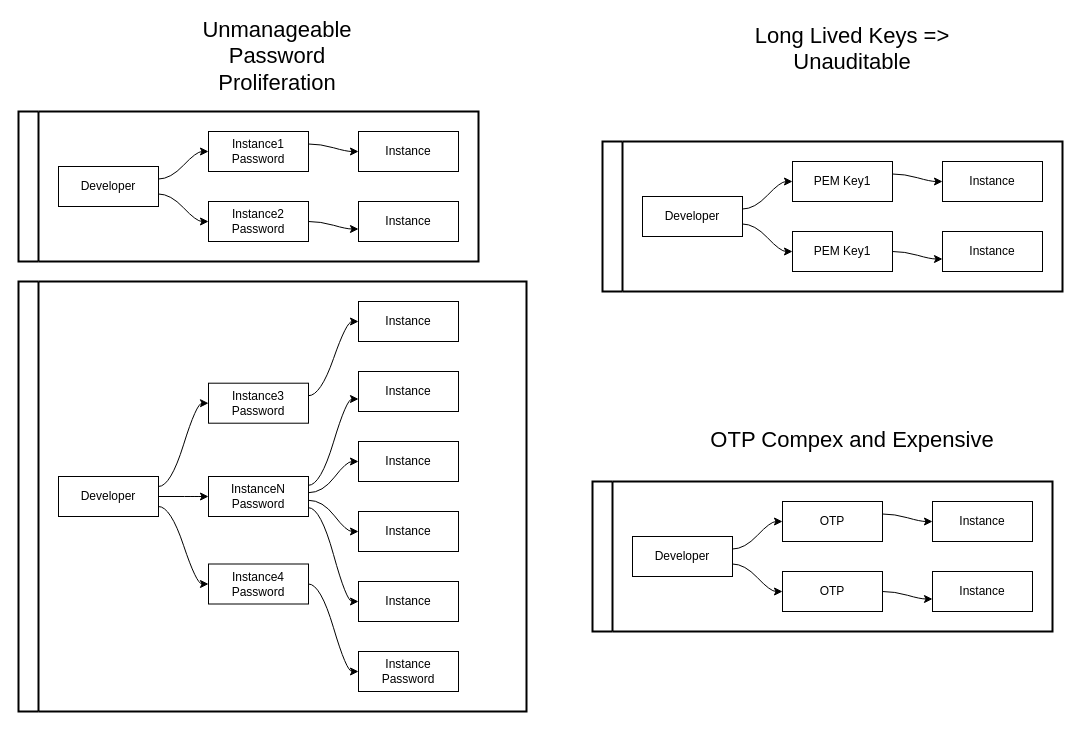
Earlier version of the draw.io diagram Untitled Diagram.drawio (biofool/vault-ssh-helper). Source tidied: cells renumbered, new cells numbered last; positions are measured from the earlier drawing's top-left corner, leaving out a move shared by most shapes. Both pictures are drawn from the tidied source at 100%, with x=0, y=0 at pixel (18, 31).
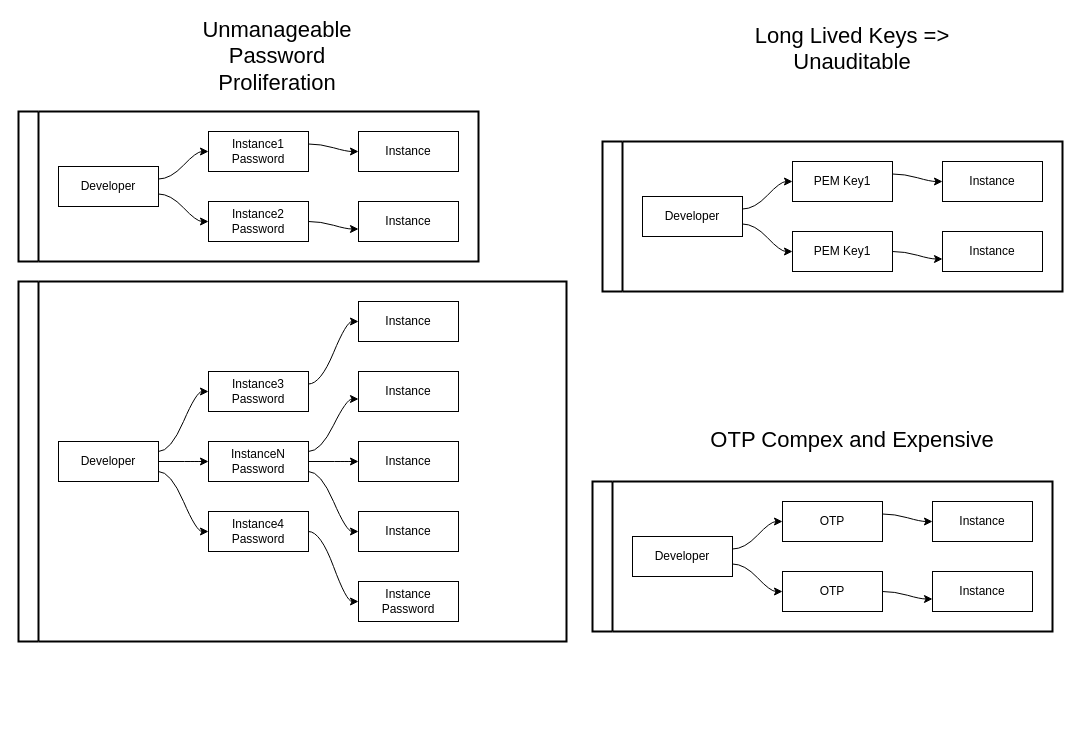
The same diagram, later.

Unchanged cells that the change refers to:
```xml
<mxCell id="19" value="Instance" style="whiteSpace=wrap;html=1;" parent="13" vertex="1">
  <mxGeometry x="340" y="90" width="100" height="40" as="geometry" />
</mxCell>
<mxCell id="22" value="Instance" style="whiteSpace=wrap;html=1;" parent="13" vertex="1">
  <mxGeometry x="340" y="20" width="100" height="40" as="geometry" />
</mxCell>
<mxCell id="30" value="Instance" style="whiteSpace=wrap;html=1;" parent="13" vertex="1">
  <mxGeometry x="340" y="160" width="100" height="40" as="geometry" />
</mxCell>
<mxCell id="32" value="Instance" style="whiteSpace=wrap;html=1;" parent="13" vertex="1">
  <mxGeometry x="340" y="230" width="100" height="40" as="geometry" />
</mxCell>
```

Diff of the diagram source:
```diff
@@
     <mxCell id="13" style="swimlane;html=1;startSize=20;horizontal=0;flowOrientation=west;interRankCellSpacing=50;containerType=tree;strokeColor=#000000;strokeWidth=2;" parent="1" vertex="1">
-      <mxGeometry y="250" width="508" height="430" as="geometry" />
+      <mxGeometry y="250" width="548" height="360" as="geometry" />
     </mxCell>
     <mxCell id="14" value="Developer" style="whiteSpace=wrap;html=1;" parent="13" vertex="1">
-      <mxGeometry x="40" y="195" width="100" height="40" as="geometry" />
+      <mxGeometry x="40" y="160" width="100" height="40" as="geometry" />
     </mxCell>
     <mxCell id="15" value="&lt;div&gt;Instance3&lt;/div&gt;Password" style="whiteSpace=wrap;html=1;" parent="13" vertex="1">
-      <mxGeometry x="190" y="101.7" width="100" height="40" as="geometry" />
+      <mxGeometry x="190" y="90" width="100" height="40" as="geometry" />
     </mxCell>
     <mxCell id="16" style="html=1;curved=1;noEdgeStyle=1;orthogonal=1;" parent="13" edge="1" source="14" target="15">
       <mxGeometry relative="1" as="geometry">
         <Array as="points">
-          <mxPoint x="152" y="205" />
-          <mxPoint x="178" y="121.7" />
+          <mxPoint x="152" y="170" />
+          <mxPoint x="178" y="110" />
         </Array>
       </mxGeometry>
     </mxCell>
     <mxCell id="17" value="&lt;div&gt;InstanceN&lt;/div&gt;Password" style="whiteSpace=wrap;html=1;" parent="13" vertex="1">
-      <mxGeometry x="190" y="195" width="100" height="40" as="geometry" />
+      <mxGeometry x="190" y="160" width="100" height="40" as="geometry" />
     </mxCell>
     <mxCell id="18" style="html=1;curved=1;noEdgeStyle=1;orthogonal=1;" parent="13" edge="1" source="14" target="17">
       <mxGeometry relative="1" as="geometry">
         <Array as="points">
-          <mxPoint x="154" y="215" />
-          <mxPoint x="178" y="215" />
+          <mxPoint x="154" y="180" />
+          <mxPoint x="178" y="180" />
         </Array>
       </mxGeometry>
     </mxCell>
@@
     <mxCell id="20" style="html=1;curved=1;noEdgeStyle=1;orthogonal=1;strokeColor=none;" parent="13" edge="1" source="15" target="19">
       <mxGeometry relative="1" as="geometry">
         <Array as="points">
-          <mxPoint x="302" y="129.2" />
+          <mxPoint x="302" y="117.5" />
           <mxPoint x="328" y="102.5" />
         </Array>
       </mxGeometry>
     </mxCell>
     <mxCell id="21" style="html=1;curved=1;noEdgeStyle=1;orthogonal=1;" parent="13" edge="1" source="17" target="19">
       <mxGeometry relative="1" as="geometry">
         <Array as="points">
-          <mxPoint x="302" y="203.8" />
+          <mxPoint x="302" y="170" />
           <mxPoint x="328" y="117.5" />
         </Array>
       </mxGeometry>
     </mxCell>
@@
     <mxCell id="23" style="html=1;curved=1;noEdgeStyle=1;orthogonal=1;" parent="13" edge="1" source="15" target="22">
       <mxGeometry relative="1" as="geometry">
         <Array as="points">
-          <mxPoint x="302" y="114.2" />
+          <mxPoint x="302" y="102.5" />
           <mxPoint x="328" y="40" />
         </Array>
       </mxGeometry>
     </mxCell>
     <mxCell id="24" value="&lt;div&gt;Instance4&lt;/div&gt;Password" style="whiteSpace=wrap;html=1;" parent="13" vertex="1">
-      <mxGeometry x="190" y="282.5" width="100" height="40" as="geometry" />
+      <mxGeometry x="190" y="230" width="100" height="40" as="geometry" />
     </mxCell>
     <mxCell id="25" style="html=1;curved=1;noEdgeStyle=1;orthogonal=1;strokeColor=none;" parent="13" edge="1" source="15">
       <mxGeometry relative="1" as="geometry">
-        <mxPoint x="500" y="127.5" as="targetPoint" />
+        <mxPoint x="540" y="147.5" as="targetPoint" />
         <Array as="points">
-          <mxPoint x="462" y="230" />
-          <mxPoint x="488" y="127.5" />
+          <mxPoint x="502" y="250" />
+          <mxPoint x="528" y="147.5" />
         </Array>
       </mxGeometry>
     </mxCell>
     <mxCell id="26" style="html=1;curved=1;noEdgeStyle=1;orthogonal=1;" parent="13" edge="1" source="14" target="24">
       <mxGeometry relative="1" as="geometry">
         <Array as="points">
-          <mxPoint x="152" y="225" />
-          <mxPoint x="178" y="302.5" />
+          <mxPoint x="152" y="190" />
+          <mxPoint x="178" y="250" />
         </Array>
       </mxGeometry>
     </mxCell>
     <mxCell id="27" style="html=1;curved=1;noEdgeStyle=1;orthogonal=1;" parent="13" edge="1" source="24" target="28">
       <mxGeometry relative="1" as="geometry">
         <Array as="points">
-          <mxPoint x="302" y="302.5" />
-          <mxPoint x="328" y="390" />
+          <mxPoint x="302" y="250" />
+          <mxPoint x="328" y="320" />
         </Array>
       </mxGeometry>
     </mxCell>
     <mxCell id="28" value="&lt;div&gt;Instance&lt;/div&gt;Password" style="whiteSpace=wrap;html=1;" parent="13" vertex="1">
-      <mxGeometry x="340" y="370" width="100" height="40" as="geometry" />
+      <mxGeometry x="340" y="300" width="100" height="40" as="geometry" />
     </mxCell>
     <mxCell id="29" style="html=1;curved=1;noEdgeStyle=1;orthogonal=1;" parent="13" edge="1" source="17" target="30">
       <mxGeometry relative="1" as="geometry">
         <Array as="points">
-          <mxPoint x="304" y="211.2" />
+          <mxPoint x="304" y="180" />
           <mxPoint x="328" y="180" />
         </Array>
       </mxGeometry>
     </mxCell>
@@
     <mxCell id="31" style="html=1;curved=1;noEdgeStyle=1;orthogonal=1;" parent="13" edge="1" source="17" target="32">
       <mxGeometry relative="1" as="geometry">
         <Array as="points">
-          <mxPoint x="304" y="218.8" />
+          <mxPoint x="302" y="190" />
           <mxPoint x="328" y="250" />
         </Array>
       </mxGeometry>
     </mxCell>
@@
-    <mxCell id="33" style="html=1;curved=1;noEdgeStyle=1;orthogonal=1;" parent="13" edge="1" source="17" target="34">
-      <mxGeometry relative="1" as="geometry">
-        <Array as="points">
-          <mxPoint x="302" y="226.2" />
-          <mxPoint x="328" y="320" />
-        </Array>
-      </mxGeometry>
-    </mxCell>
-    <mxCell id="34" value="Instance" style="whiteSpace=wrap;html=1;" parent="13" vertex="1">
-      <mxGeometry x="340" y="300" width="100" height="40" as="geometry" />
-    </mxCell>
```
